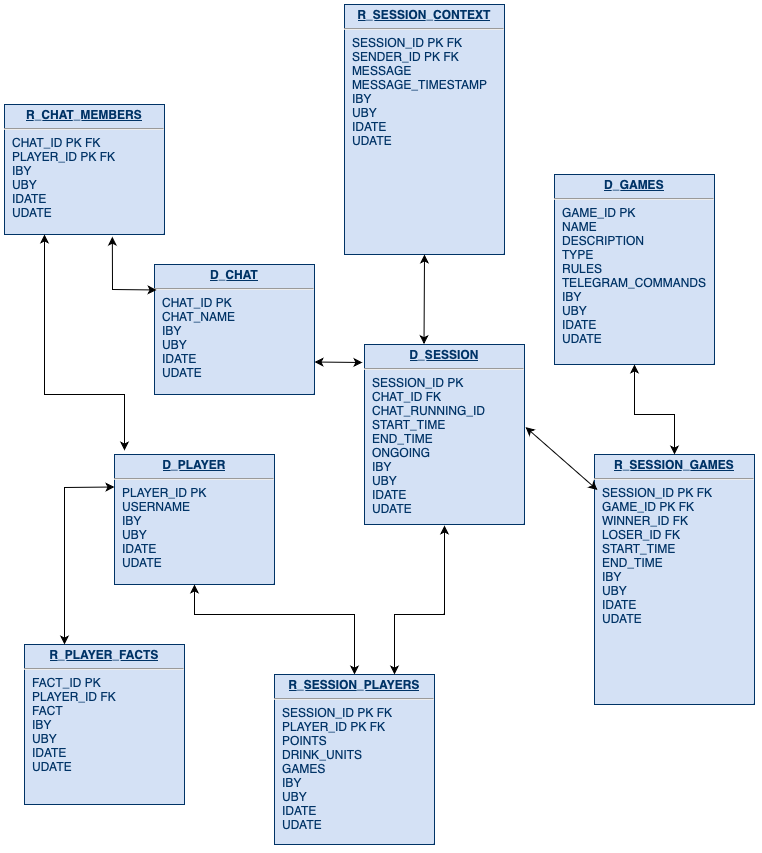
Above: TgGameBotDataModel.png in paukkroa/TelegramGameMasterBot (draw.io), before the change. Source tidied: cells renumbered, new cells last; positions are measured from the earlier drawing's top-left corner, leaving out a move shared by most shapes.
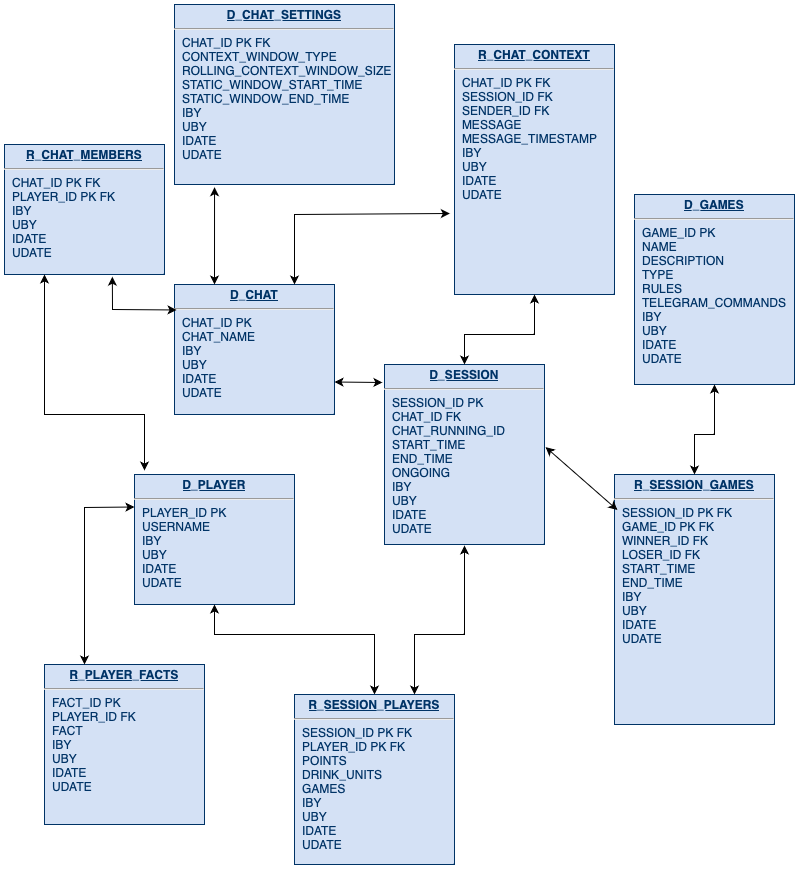
After the commit.

Commit message:
Added D_CHAT_SETTINGS, changed R_SESSION_CONTEXT to R_CHAT_CONTEXT

Diff of the diagram source:
```diff
@@ -12,7 +12,7 @@
       <mxGeometry x="360" y="340" width="160" height="180" as="geometry" />
     </mxCell>
     <mxCell id="5" value="&lt;p style=&quot;margin: 0px; margin-top: 4px; text-align: center; text-decoration: underline;&quot;&gt;&lt;b&gt;D_GAMES&lt;/b&gt;&lt;/p&gt;&lt;hr&gt;&lt;p style=&quot;margin: 0px; margin-left: 8px;&quot;&gt;GAME_ID&amp;nbsp;&lt;span style=&quot;white-space: pre;&quot;&gt;&lt;span style=&quot;white-space: pre;&quot;&gt;&lt;span style=&quot;white-space: pre;&quot;&gt;PK&lt;/span&gt;&lt;/span&gt;&lt;/span&gt;&lt;/p&gt;&lt;p style=&quot;margin: 0px; margin-left: 8px;&quot;&gt;NAME&lt;/p&gt;&lt;p style=&quot;margin: 0px; margin-left: 8px;&quot;&gt;DESCRIPTION&lt;/p&gt;&lt;p style=&quot;margin: 0px; margin-left: 8px;&quot;&gt;TYPE&lt;/p&gt;&lt;p style=&quot;margin: 0px; margin-left: 8px;&quot;&gt;RULES&lt;/p&gt;&lt;p style=&quot;margin: 0px; margin-left: 8px;&quot;&gt;TELEGRAM_COMMANDS&lt;/p&gt;&lt;p style=&quot;margin: 0px; margin-left: 8px;&quot;&gt;IBY&lt;/p&gt;&lt;p style=&quot;margin: 0px; margin-left: 8px;&quot;&gt;UBY&lt;/p&gt;&lt;p style=&quot;margin: 0px; margin-left: 8px;&quot;&gt;IDATE&lt;/p&gt;&lt;p style=&quot;margin: 0px; margin-left: 8px;&quot;&gt;UDATE&lt;/p&gt;" style="verticalAlign=top;align=left;overflow=fill;fontSize=12;fontFamily=Helvetica;html=1;strokeColor=#003366;shadow=1;fillColor=#D4E1F5;fontColor=#003366;" parent="1" vertex="1">
-      <mxGeometry x="550" y="170" width="160" height="190" as="geometry" />
+      <mxGeometry x="610" y="170" width="160" height="190" as="geometry" />
     </mxCell>
     <mxCell id="6" value="&lt;p style=&quot;margin: 0px; margin-top: 4px; text-align: center; text-decoration: underline;&quot;&gt;&lt;b&gt;R_SESSION_GAMES&lt;/b&gt;&lt;/p&gt;&lt;hr&gt;&lt;p style=&quot;margin: 0px; margin-left: 8px;&quot;&gt;SESSION_ID&amp;nbsp;&lt;span style=&quot;white-space: pre;&quot;&gt;&lt;span style=&quot;white-space: pre;&quot;&gt;&lt;span style=&quot;white-space: pre;&quot;&gt;PK FK&lt;/span&gt;&lt;/span&gt;&lt;/span&gt;&lt;/p&gt;&lt;p style=&quot;margin: 0px; margin-left: 8px;&quot;&gt;GAME_ID PK FK&lt;/p&gt;&lt;p style=&quot;margin: 0px; margin-left: 8px;&quot;&gt;WINNER_ID FK&lt;/p&gt;&lt;p style=&quot;margin: 0px; margin-left: 8px;&quot;&gt;LOSER_ID FK&lt;/p&gt;&lt;p style=&quot;margin: 0px; margin-left: 8px;&quot;&gt;START_TIME&lt;/p&gt;&lt;p style=&quot;margin: 0px; margin-left: 8px;&quot;&gt;END_TIME&lt;/p&gt;&lt;p style=&quot;font-size: 12.000001px; margin: 0px 0px 0px 8px;&quot;&gt;IBY&lt;/p&gt;&lt;p style=&quot;font-size: 12.000001px; margin: 0px 0px 0px 8px;&quot;&gt;UBY&lt;/p&gt;&lt;p style=&quot;margin: 0px; margin-left: 8px;&quot;&gt;IDATE&lt;/p&gt;&lt;p style=&quot;margin: 0px; margin-left: 8px;&quot;&gt;UDATE&lt;/p&gt;" style="verticalAlign=top;align=left;overflow=fill;fontSize=12;fontFamily=Helvetica;html=1;strokeColor=#003366;shadow=1;fillColor=#D4E1F5;fontColor=#003366;" parent="1" vertex="1">
       <mxGeometry x="590" y="450" width="160" height="250" as="geometry" />
@@ -55,41 +55,59 @@
     <mxCell id="13" style="endArrow=classic;startArrow=classic;html=1;rounded=0;entryX=0.5;entryY=0;entryDx=0;entryDy=0;exitX=0.5;exitY=1;exitDx=0;exitDy=0;" parent="1" edge="1" source="5" target="6">
       <mxGeometry relative="1" as="geometry">
         <Array as="points">
-          <mxPoint x="630" y="410" />
+          <mxPoint x="690" y="410" />
           <mxPoint x="670" y="410" />
         </Array>
       </mxGeometry>
     </mxCell>
-    <mxCell id="14" value="&lt;p style=&quot;margin: 0px; margin-top: 4px; text-align: center; text-decoration: underline;&quot;&gt;&lt;b&gt;R_SESSION_CONTEXT&lt;/b&gt;&lt;/p&gt;&lt;hr&gt;&lt;p style=&quot;margin: 0px; margin-left: 8px;&quot;&gt;SESSION_ID&amp;nbsp;&lt;span style=&quot;white-space: pre;&quot;&gt;&lt;span style=&quot;white-space: pre;&quot;&gt;&lt;span style=&quot;white-space: pre;&quot;&gt;PK FK&lt;/span&gt;&lt;/span&gt;&lt;/span&gt;&lt;/p&gt;&lt;p style=&quot;margin: 0px; margin-left: 8px;&quot;&gt;SENDER_ID PK FK&lt;/p&gt;&lt;p style=&quot;margin: 0px; margin-left: 8px;&quot;&gt;MESSAGE&lt;/p&gt;&lt;p style=&quot;margin: 0px; margin-left: 8px;&quot;&gt;MESSAGE_TIMESTAMP&lt;/p&gt;&lt;p style=&quot;font-size: 12.000001px; margin: 0px 0px 0px 8px;&quot;&gt;IBY&lt;/p&gt;&lt;p style=&quot;font-size: 12.000001px; margin: 0px 0px 0px 8px;&quot;&gt;UBY&lt;/p&gt;&lt;p style=&quot;margin: 0px; margin-left: 8px;&quot;&gt;IDATE&lt;/p&gt;&lt;p style=&quot;margin: 0px; margin-left: 8px;&quot;&gt;UDATE&lt;/p&gt;" style="verticalAlign=top;align=left;overflow=fill;fontSize=12;fontFamily=Helvetica;html=1;strokeColor=#003366;shadow=1;fillColor=#D4E1F5;fontColor=#003366;" parent="1" vertex="1">
-      <mxGeometry x="340" width="160" height="250" as="geometry" />
+    <mxCell id="14" value="&lt;p style=&quot;margin: 0px; margin-top: 4px; text-align: center; text-decoration: underline;&quot;&gt;&lt;b&gt;R_CHAT_CONTEXT&lt;/b&gt;&lt;/p&gt;&lt;hr&gt;&lt;p style=&quot;margin: 0px; margin-left: 8px;&quot;&gt;CHAT_ID PK FK&lt;/p&gt;&lt;p style=&quot;margin: 0px; margin-left: 8px;&quot;&gt;SESSION_ID&lt;span style=&quot;white-space: pre;&quot;&gt;&lt;span style=&quot;white-space: pre;&quot;&gt;&lt;span style=&quot;white-space: pre;&quot;&gt; FK&lt;/span&gt;&lt;/span&gt;&lt;/span&gt;&lt;/p&gt;&lt;p style=&quot;margin: 0px; margin-left: 8px;&quot;&gt;SENDER_ID FK&lt;/p&gt;&lt;p style=&quot;margin: 0px; margin-left: 8px;&quot;&gt;MESSAGE&lt;/p&gt;&lt;p style=&quot;margin: 0px; margin-left: 8px;&quot;&gt;MESSAGE_TIMESTAMP&lt;/p&gt;&lt;p style=&quot;font-size: 12.000001px; margin: 0px 0px 0px 8px;&quot;&gt;IBY&lt;/p&gt;&lt;p style=&quot;font-size: 12.000001px; margin: 0px 0px 0px 8px;&quot;&gt;UBY&lt;/p&gt;&lt;p style=&quot;margin: 0px; margin-left: 8px;&quot;&gt;IDATE&lt;/p&gt;&lt;p style=&quot;margin: 0px; margin-left: 8px;&quot;&gt;UDATE&lt;/p&gt;" style="verticalAlign=top;align=left;overflow=fill;fontSize=12;fontFamily=Helvetica;html=1;strokeColor=#003366;shadow=1;fillColor=#D4E1F5;fontColor=#003366;" parent="1" vertex="1">
+      <mxGeometry x="430" y="20" width="160" height="250" as="geometry" />
     </mxCell>
-    <mxCell id="15" style="endArrow=classic;startArrow=classic;html=1;rounded=0;entryX=0.5;entryY=1;entryDx=0;entryDy=0;exitX=0.372;exitY=-0.002;exitDx=0;exitDy=0;exitPerimeter=0;" parent="1" edge="1" source="4" target="14">
-      <mxGeometry relative="1" as="geometry" />
+    <mxCell id="15" style="endArrow=classic;startArrow=classic;html=1;rounded=0;entryX=0.5;entryY=1;entryDx=0;entryDy=0;exitX=0.5;exitY=0;exitDx=0;exitDy=0;" parent="1" edge="1" source="4" target="14">
+      <mxGeometry relative="1" as="geometry">
+        <Array as="points">
+          <mxPoint x="440" y="310" />
+          <mxPoint x="510" y="310" />
+        </Array>
+      </mxGeometry>
     </mxCell>
     <mxCell id="16" value="&lt;p style=&quot;margin: 0px; margin-top: 4px; text-align: center; text-decoration: underline;&quot;&gt;&lt;b&gt;D_CHAT&lt;/b&gt;&lt;/p&gt;&lt;hr&gt;&lt;p style=&quot;margin: 0px; margin-left: 8px;&quot;&gt;CHAT_ID &lt;span style=&quot;white-space: pre;&quot;&gt;&lt;span style=&quot;white-space: pre;&quot;&gt;&lt;span style=&quot;white-space: pre;&quot;&gt;PK&lt;/span&gt;&lt;/span&gt;&lt;/span&gt;&lt;/p&gt;&lt;p style=&quot;margin: 0px; margin-left: 8px;&quot;&gt;CHAT_NAME&lt;/p&gt;&lt;p style=&quot;font-size: 12.000001px; margin: 0px 0px 0px 8px;&quot;&gt;IBY&lt;/p&gt;&lt;p style=&quot;font-size: 12.000001px; margin: 0px 0px 0px 8px;&quot;&gt;UBY&lt;/p&gt;&lt;p style=&quot;margin: 0px; margin-left: 8px;&quot;&gt;IDATE&lt;/p&gt;&lt;p style=&quot;margin: 0px; margin-left: 8px;&quot;&gt;UDATE&lt;/p&gt;" style="verticalAlign=top;align=left;overflow=fill;fontSize=12;fontFamily=Helvetica;html=1;strokeColor=#003366;shadow=1;fillColor=#D4E1F5;fontColor=#003366;" parent="1" vertex="1">
       <mxGeometry x="150" y="260" width="160" height="130" as="geometry" />
     </mxCell>
     <mxCell id="17" value="&lt;p style=&quot;margin: 0px; margin-top: 4px; text-align: center; text-decoration: underline;&quot;&gt;&lt;b&gt;R_CHAT_MEMBERS&lt;/b&gt;&lt;/p&gt;&lt;hr&gt;&lt;p style=&quot;margin: 0px; margin-left: 8px;&quot;&gt;CHAT_ID &lt;span style=&quot;white-space: pre;&quot;&gt;&lt;span style=&quot;white-space: pre;&quot;&gt;&lt;span style=&quot;white-space: pre;&quot;&gt;PK FK&lt;/span&gt;&lt;/span&gt;&lt;/span&gt;&lt;/p&gt;&lt;p style=&quot;margin: 0px; margin-left: 8px;&quot;&gt;&lt;span style=&quot;white-space: pre;&quot;&gt;&lt;span style=&quot;white-space: pre;&quot;&gt;&lt;span style=&quot;white-space: pre;&quot;&gt;PLAYER_ID PK FK&lt;/span&gt;&lt;/span&gt;&lt;/span&gt;&lt;/p&gt;&lt;p style=&quot;font-size: 12.000001px; margin: 0px 0px 0px 8px;&quot;&gt;IBY&lt;/p&gt;&lt;p style=&quot;font-size: 12.000001px; margin: 0px 0px 0px 8px;&quot;&gt;UBY&lt;/p&gt;&lt;p style=&quot;margin: 0px; margin-left: 8px;&quot;&gt;IDATE&lt;/p&gt;&lt;p style=&quot;margin: 0px; margin-left: 8px;&quot;&gt;UDATE&lt;/p&gt;" style="verticalAlign=top;align=left;overflow=fill;fontSize=12;fontFamily=Helvetica;html=1;strokeColor=#003366;shadow=1;fillColor=#D4E1F5;fontColor=#003366;" parent="1" vertex="1">
-      <mxGeometry y="100" width="160" height="130" as="geometry" />
+      <mxGeometry x="-20" y="120" width="160" height="130" as="geometry" />
     </mxCell>
     <mxCell id="18" style="endArrow=classic;startArrow=classic;html=1;rounded=0;entryX=0.25;entryY=1;entryDx=0;entryDy=0;" parent="1" edge="1" target="17">
       <mxGeometry relative="1" as="geometry">
         <mxPoint x="120" y="446" as="sourcePoint" />
         <Array as="points">
           <mxPoint x="120" y="390" />
-          <mxPoint x="40" y="390" />
+          <mxPoint x="20" y="390" />
         </Array>
       </mxGeometry>
     </mxCell>
     <mxCell id="19" style="endArrow=classic;startArrow=classic;html=1;rounded=0;exitX=0.674;exitY=1.017;exitDx=0;exitDy=0;exitPerimeter=0;entryX=0.013;entryY=0.196;entryDx=0;entryDy=0;entryPerimeter=0;" parent="1" edge="1" source="17" target="16">
       <mxGeometry relative="1" as="geometry">
         <Array as="points">
-          <mxPoint x="108" y="285" />
+          <mxPoint x="88" y="285" />
         </Array>
       </mxGeometry>
     </mxCell>
     <mxCell id="20" style="endArrow=classic;startArrow=classic;html=1;rounded=0;exitX=1;exitY=0.75;exitDx=0;exitDy=0;entryX=-0.013;entryY=0.1;entryDx=0;entryDy=0;entryPerimeter=0;" parent="1" edge="1" source="16" target="4">
       <mxGeometry relative="1" as="geometry" />
     </mxCell>
+    <mxCell id="21" style="endArrow=classic;startArrow=classic;html=1;rounded=0;exitX=0.75;exitY=0;exitDx=0;exitDy=0;entryX=-0.029;entryY=0.676;entryDx=0;entryDy=0;entryPerimeter=0;" parent="1" edge="1" source="16" target="14">
+      <mxGeometry relative="1" as="geometry">
+        <Array as="points">
+          <mxPoint x="270" y="190" />
+        </Array>
+      </mxGeometry>
+    </mxCell>
+    <mxCell id="22" value="&lt;p style=&quot;margin: 0px; margin-top: 4px; text-align: center; text-decoration: underline;&quot;&gt;&lt;b&gt;D_CHAT_SETTINGS&lt;/b&gt;&lt;/p&gt;&lt;hr&gt;&lt;p style=&quot;margin: 0px; margin-left: 8px;&quot;&gt;CHAT_ID &lt;span style=&quot;white-space: pre;&quot;&gt;&lt;span style=&quot;white-space: pre;&quot;&gt;&lt;span style=&quot;white-space: pre;&quot;&gt;PK FK&lt;/span&gt;&lt;/span&gt;&lt;/span&gt;&lt;/p&gt;&lt;p style=&quot;margin: 0px; margin-left: 8px;&quot;&gt;&lt;span style=&quot;white-space: pre;&quot;&gt;&lt;span style=&quot;white-space: pre;&quot;&gt;&lt;span style=&quot;white-space: pre;&quot;&gt;CONTEXT_WINDOW_TYPE&lt;/span&gt;&lt;/span&gt;&lt;/span&gt;&lt;/p&gt;&lt;p style=&quot;font-size: 12.000001px; margin: 0px 0px 0px 8px;&quot;&gt;ROLLING_CONTEXT_WINDOW_SIZE&lt;/p&gt;&lt;p style=&quot;font-size: 12.000001px; margin: 0px 0px 0px 8px;&quot;&gt;STATIC_WINDOW_START_TIME&lt;/p&gt;&lt;p style=&quot;font-size: 12.000001px; margin: 0px 0px 0px 8px;&quot;&gt;STATIC_WINDOW_END_TIME&lt;/p&gt;&lt;p style=&quot;font-size: 12.000001px; margin: 0px 0px 0px 8px;&quot;&gt;IBY&lt;/p&gt;&lt;p style=&quot;font-size: 12.000001px; margin: 0px 0px 0px 8px;&quot;&gt;UBY&lt;/p&gt;&lt;p style=&quot;margin: 0px; margin-left: 8px;&quot;&gt;IDATE&lt;/p&gt;&lt;p style=&quot;margin: 0px; margin-left: 8px;&quot;&gt;UDATE&lt;/p&gt;" style="verticalAlign=top;align=left;overflow=fill;fontSize=12;fontFamily=Helvetica;html=1;strokeColor=#003366;shadow=1;fillColor=#D4E1F5;fontColor=#003366;" parent="1" vertex="1">
+      <mxGeometry x="150" y="-20" width="220" height="180" as="geometry" />
+    </mxCell>
+    <mxCell id="23" style="endArrow=classic;startArrow=classic;html=1;rounded=0;exitX=0.25;exitY=0;exitDx=0;exitDy=0;entryX=0.182;entryY=1.015;entryDx=0;entryDy=0;entryPerimeter=0;" parent="1" edge="1" source="16" target="22">
+      <mxGeometry relative="1" as="geometry" />
+    </mxCell>
   </root>
 </mxGraphModel>
```
